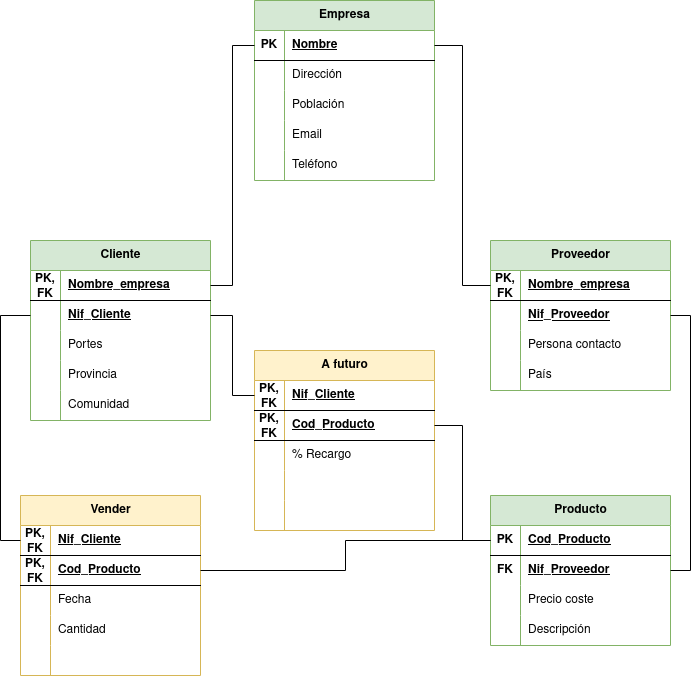
Above: Unidad-1/Tareas/Tareas-evaluables/Tarea-evaluable-5/tarea-empresa-compraventa.drawio.png in LuisMGlez/base-datos (draw.io), before the change. Source tidied: cells renumbered, new cells last; positions are measured from the earlier drawing's top-left corner, leaving out a move shared by most shapes.
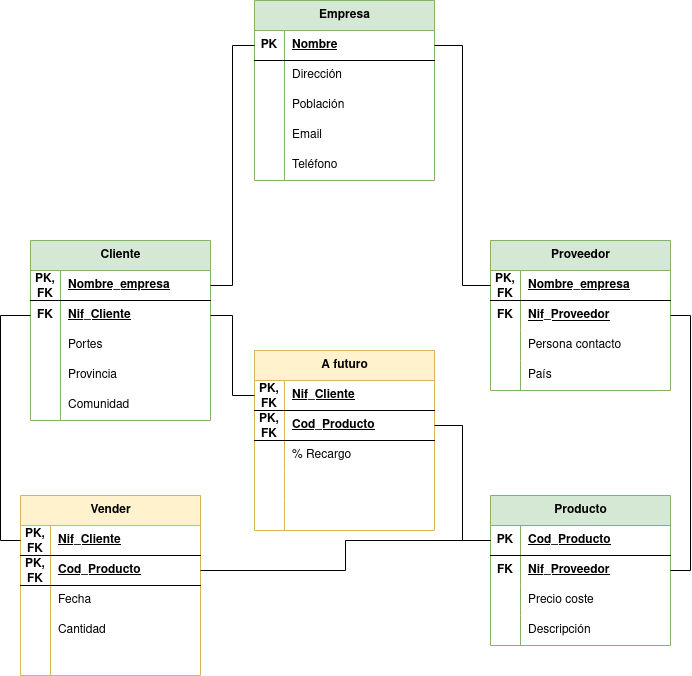
After the change.

Change to the diagram source:
```diff
@@ -17,7 +17,7 @@
     <mxCell id="6" style="shape=tableRow;horizontal=0;startSize=0;swimlaneHead=0;swimlaneBody=0;fillColor=none;points=[[0,0.5],[1,0.5]];portConstraint=eastwest;top=0;left=0;right=0;bottom=0;" parent="2" vertex="1">
       <mxGeometry y="60" width="180" height="30" as="geometry" />
     </mxCell>
-    <mxCell id="7" style="shape=partialRectangle;fillColor=none;top=0;left=0;bottom=0;right=0;overflow=hidden;whiteSpace=wrap;html=1;" parent="6" vertex="1">
+    <mxCell id="7" value="&lt;b&gt;FK&lt;/b&gt;" style="shape=partialRectangle;fillColor=none;top=0;left=0;bottom=0;right=0;overflow=hidden;whiteSpace=wrap;html=1;" parent="6" vertex="1">
       <mxGeometry width="30" height="30" as="geometry" />
     </mxCell>
     <mxCell id="8" value="&lt;b&gt;&lt;u&gt;Nif_Cliente&lt;/u&gt;&lt;/b&gt;" style="shape=partialRectangle;fillColor=none;top=0;left=0;bottom=0;right=0;align=left;spacingLeft=6;overflow=hidden;whiteSpace=wrap;html=1;" parent="6" vertex="1">
@@ -113,7 +113,7 @@
     <mxCell id="38" style="shape=tableRow;horizontal=0;startSize=0;swimlaneHead=0;swimlaneBody=0;fillColor=none;points=[[0,0.5],[1,0.5]];portConstraint=eastwest;top=0;left=0;right=0;bottom=0;" parent="34" vertex="1">
       <mxGeometry y="60" width="180" height="30" as="geometry" />
     </mxCell>
-    <mxCell id="39" style="shape=partialRectangle;fillColor=none;top=0;left=0;bottom=0;right=0;overflow=hidden;whiteSpace=wrap;html=1;" parent="38" vertex="1">
+    <mxCell id="39" value="&lt;b&gt;FK&lt;/b&gt;" style="shape=partialRectangle;fillColor=none;top=0;left=0;bottom=0;right=0;overflow=hidden;whiteSpace=wrap;html=1;" parent="38" vertex="1">
       <mxGeometry width="30" height="30" as="geometry" />
     </mxCell>
     <mxCell id="40" value="&lt;u&gt;&lt;b&gt;Nif_Proveedor&lt;/b&gt;&lt;/u&gt;" style="shape=partialRectangle;fillColor=none;top=0;left=0;bottom=0;right=0;align=left;spacingLeft=6;overflow=hidden;whiteSpace=wrap;html=1;" parent="38" vertex="1">
```
